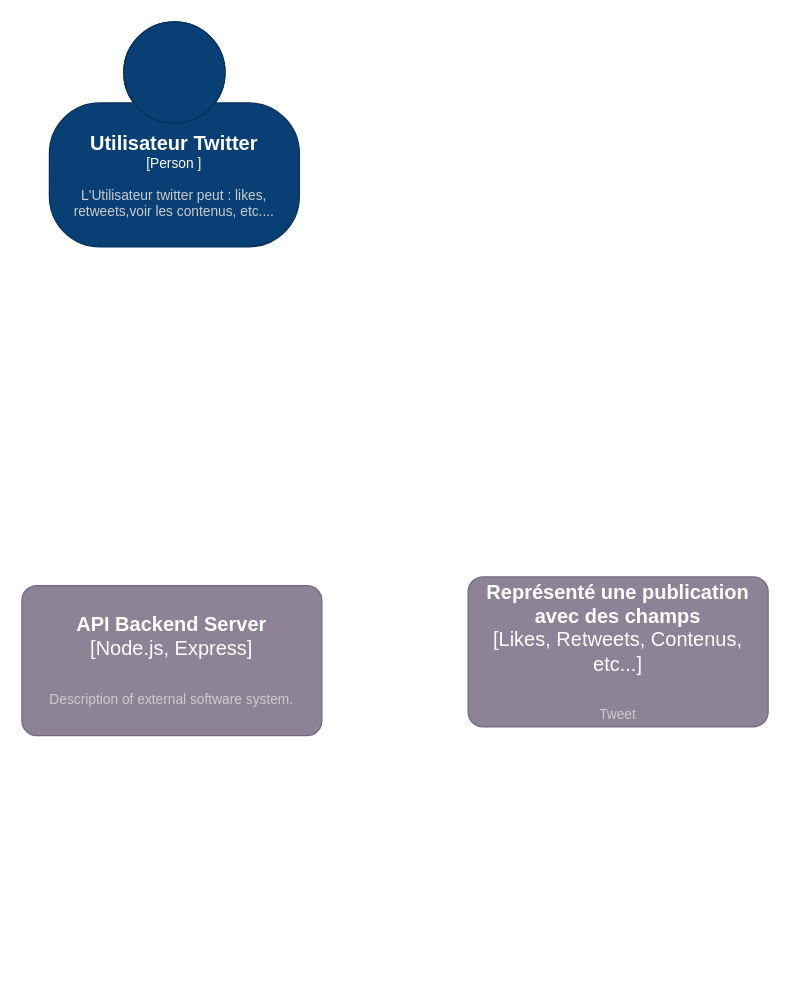
This is page "Page-1" (1 of 4) of twitter2.drawio from JeanMarieSamakila/twitterbackend, a draw.io file, before an edit. Source tidied: cells renumbered, new cells numbered last; positions are measured from the earlier drawing's top-left corner, leaving out a move shared by most shapes. Both pictures are drawn from the tidied source at 125%, with x=0, y=0 at pixel (21, 21).
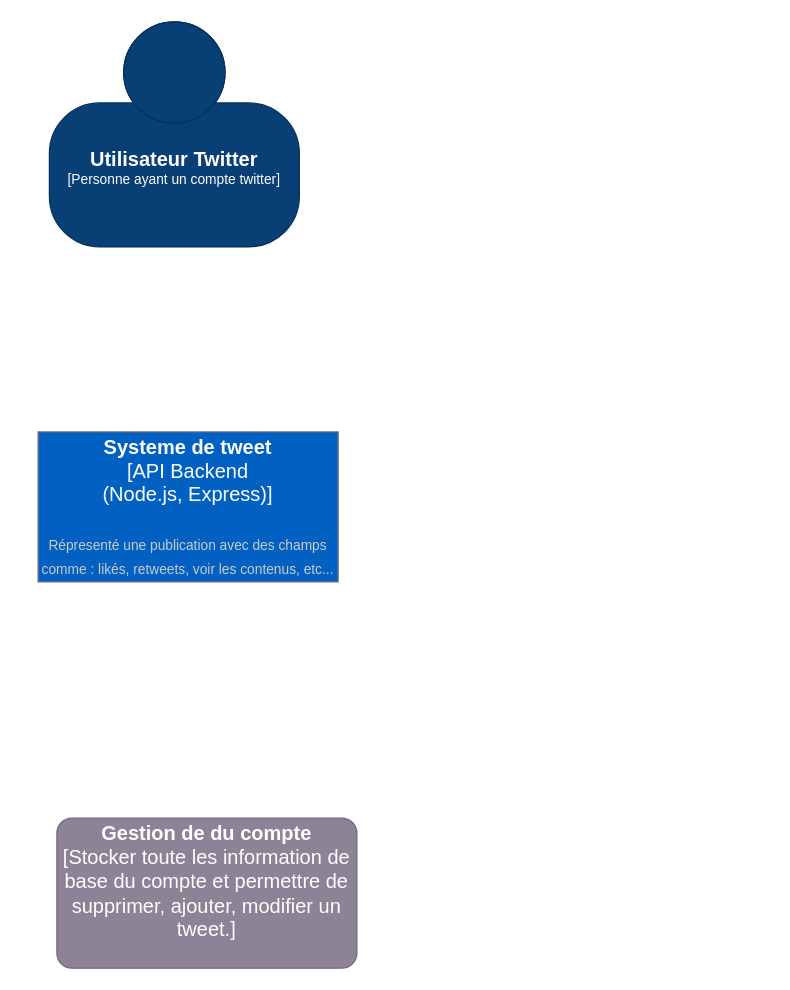
The same diagram, later.

Commit message:
Mettre à jour twitter2.drawio

What changed in the source:
```diff
@@
 <mxGraphModel>
   <root>
     <mxCell id="0" />
     <mxCell id="1" parent="0" />
-    <object id="2" label="&lt;font style=&quot;font-size: 16px&quot;&gt;&lt;b&gt;%c4Name%&lt;/b&gt;&lt;/font&gt;&lt;div&gt;[%c4Type%]&lt;/div&gt;&lt;br&gt;&lt;div&gt;&lt;font style=&quot;font-size: 11px&quot;&gt;&lt;font color=&quot;#cccccc&quot;&gt;%c4Description%&lt;/font&gt;&lt;/div&gt;" c4Description="L'Utilisateur twitter peut : likes, retweets,voir les contenus, etc...." c4Name="Utilisateur Twitter" c4Type="Person " placeholders="1">
+    <object id="2" label="&lt;font style=&quot;font-size: 16px&quot;&gt;&lt;b&gt;%c4Name%&lt;/b&gt;&lt;/font&gt;&lt;div&gt;[%c4Type%]&lt;/div&gt;&lt;br&gt;&lt;div&gt;&lt;font style=&quot;font-size: 11px&quot;&gt;&lt;font color=&quot;#cccccc&quot;&gt;%c4Description%&lt;/font&gt;&lt;/div&gt;" c4Description="" c4Name="Utilisateur Twitter" c4Type="Personne ayant un compte twitter" placeholders="1">
       <mxCell style="html=1;fontSize=11;dashed=0;whiteSpace=wrap;fillColor=#083F75;strokeColor=#06315C;fontColor=#ffffff;shape=mxgraph.c4.person2;align=center;" parent="1" vertex="1">
         <mxGeometry x="22" width="200" height="180" as="geometry" />
       </mxCell>
     </object>
-    <object id="3" label="&lt;font style=&quot;font-size: 16px&quot;&gt;&lt;b&gt;%c4Name%&lt;/b&gt;&lt;/font&gt;&lt;div&gt;[%c4Type%]&lt;/div&gt;&lt;br&gt;&lt;div&gt;&lt;font style=&quot;font-size: 11px&quot;&gt;&lt;font color=&quot;#cccccc&quot;&gt;%c4Description%&lt;/font&gt;&lt;/div&gt;" c4Description="Description of external software system." c4Name="API Backend Server" c4Type="Node.js, Express" placeholders="1">
-      <mxCell style="rounded=1;whiteSpace=wrap;html=1;labelBackgroundColor=none;fillColor=#8C8496;fontColor=#ffffff;align=center;arcSize=10;strokeColor=#736782;fontSize=16;" parent="1" vertex="1">
-        <mxGeometry y="451" width="240" height="120" as="geometry" />
+    <object id="3" label="&lt;font style=&quot;font-size: 16px&quot;&gt;&lt;b&gt;%c4Name%&lt;/b&gt;&lt;/font&gt;&lt;div&gt;[%c4Type%]&lt;/div&gt;&lt;br&gt;&lt;div&gt;&lt;font style=&quot;font-size: 11px&quot;&gt;&lt;font color=&quot;#cccccc&quot;&gt;%c4Description%&lt;/font&gt;&lt;/div&gt;" c4Description="Répresenté une publication avec des champs comme : likés, retweets, voir les contenus, etc..." c4Name="Systeme de tweet" c4Type="API Backend&#10;(Node.js, Express)" placeholders="1">
+      <mxCell style="rounded=1;whiteSpace=wrap;html=1;labelBackgroundColor=none;fillColor=#0061C2;fontColor=#ffffff;align=center;arcSize=0;strokeColor=#736782;fontSize=16;" parent="1" vertex="1">
+        <mxGeometry x="13" y="328" width="240" height="120" as="geometry" />
       </mxCell>
     </object>
-    <object id="4" label="&lt;font style=&quot;font-size: 16px&quot;&gt;&lt;b&gt;%c4Name%&lt;/b&gt;&lt;/font&gt;&lt;div&gt;[%c4Type%]&lt;/div&gt;&lt;br&gt;&lt;div&gt;&lt;font style=&quot;font-size: 11px&quot;&gt;&lt;font color=&quot;#cccccc&quot;&gt;%c4Description%&lt;/font&gt;&lt;/div&gt;" c4Description="Tweet" c4Name="Représenté une publication avec des champs" c4Type="Likes, Retweets, Contenus, etc..." placeholders="1">
+    <object id="4" label="&lt;font style=&quot;font-size: 16px&quot;&gt;&lt;b&gt;%c4Name%&lt;/b&gt;&lt;/font&gt;&lt;div&gt;[%c4Type%]&lt;/div&gt;&lt;br&gt;&lt;div&gt;&lt;font style=&quot;font-size: 11px&quot;&gt;&lt;font color=&quot;#cccccc&quot;&gt;%c4Description%&lt;/font&gt;&lt;/div&gt;" c4Description="" c4Name="Gestion de du compte" c4Type="Stocker toute les information de base du compte et permettre de supprimer, ajouter, modifier un tweet." placeholders="1">
       <mxCell style="rounded=1;whiteSpace=wrap;html=1;labelBackgroundColor=none;fillColor=#8C8496;fontColor=#ffffff;align=center;arcSize=10;strokeColor=#736782;fontSize=16;" parent="1" vertex="1">
-        <mxGeometry x="357" y="444" width="240" height="120" as="geometry" />
+        <mxGeometry x="28" y="637" width="240" height="120" as="geometry" />
       </mxCell>
     </object>
   </root>
 </mxGraphModel>
```
